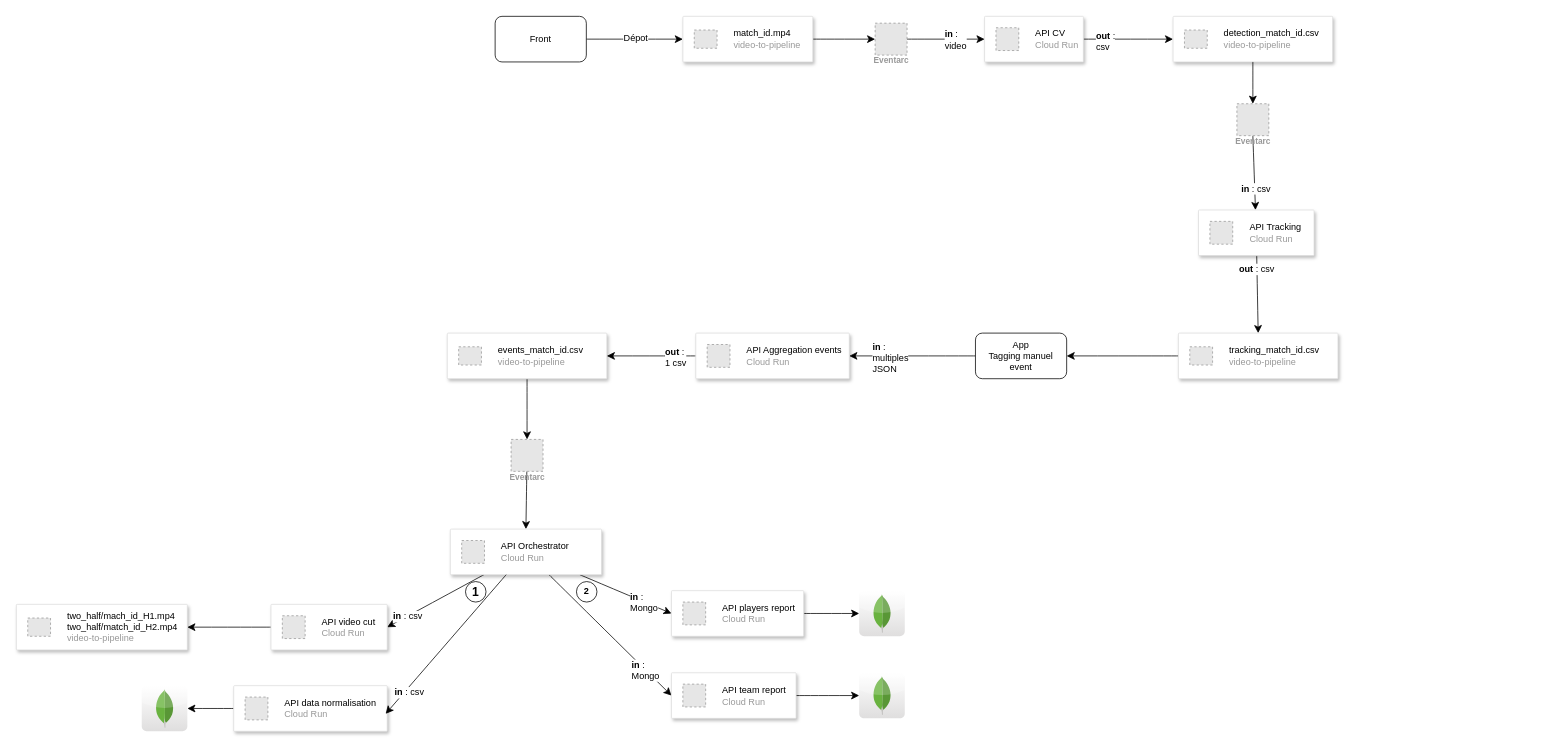
Earlier version of the draw.io diagram page "Sportlogiq tracking" (2 of 3) of Untitled Diagram.drawio (clairesecehDS/logo). Source tidied: cells renumbered, new cells numbered last; positions are measured from the earlier drawing's top-left corner, leaving out a move shared by most shapes. Both pictures are drawn from the tidied source at 76%, with x=0, y=0 at pixel (16, 16). Pictures stored in the file or linked from it are replaced by grey dashed boxes.
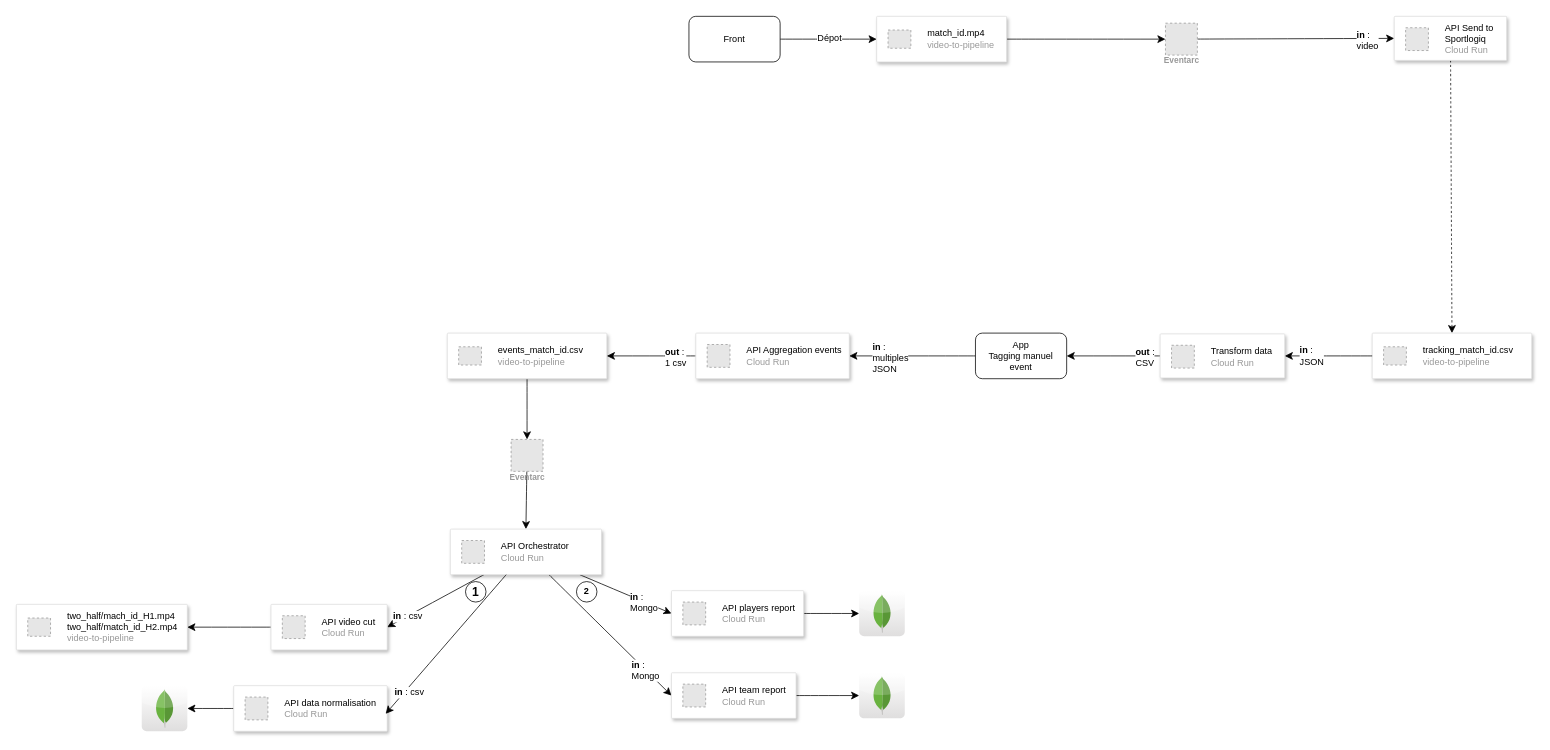
The same diagram, later.

The change refers to these unchanged cells:
```xml
<mxCell id="8" style="edgeStyle=none;curved=1;rounded=0;jettySize=auto;html=1;fontSize=12;startSize=8;endSize=8;entryX=0;entryY=0.5;entryDx=0;entryDy=0;" parent="1" edge="1" source="10" target="13">
  <mxGeometry relative="1" as="geometry" />
</mxCell>
<mxCell id="31" value="&lt;div&gt;App&lt;br&gt;&lt;/div&gt;&lt;div&gt;Tagging manuel&lt;/div&gt;&lt;div&gt;event&lt;br&gt;&lt;/div&gt;" style="rounded=1;whiteSpace=wrap;html=1;" parent="1" vertex="1">
  <mxGeometry x="1262" y="416.8" width="120" height="60" as="geometry" />
</mxCell>
```

The edit, as a diff of the source:
```diff
@@
     <mxCell id="4" value="Front" style="rounded=1;whiteSpace=wrap;html=1;" parent="1" vertex="1">
-      <mxGeometry x="630" width="120" height="60" as="geometry" />
+      <mxGeometry x="885" width="120" height="60" as="geometry" />
     </mxCell>
@@
     <mxCell id="6" style="strokeColor=#dddddd;shadow=1;strokeWidth=1;rounded=1;absoluteArcSize=1;arcSize=2;" parent="1" vertex="1">
-      <mxGeometry x="877" width="171" height="60" as="geometry" />
+      <mxGeometry x="1132" width="171" height="60" as="geometry" />
     </mxCell>
@@
     <mxCell id="9" value="&lt;div align=&quot;left&quot;&gt;&lt;b&gt;in&lt;/b&gt; :&lt;/div&gt;&lt;div align=&quot;left&quot;&gt;video&lt;br&gt;&lt;/div&gt;" style="edgeLabel;html=1;align=left;verticalAlign=middle;fontSize=12;" parent="8" vertex="1">
       <mxGeometry x="0.26" y="1" relative="1" as="geometry">
-        <mxPoint x="-16" y="1" as="offset" />
+        <mxPoint x="45" y="3" as="offset" />
       </mxGeometry>
     </mxCell>
     <mxCell id="10" value="Eventarc" style="fillColor=#E6E6E6;strokeColor=#999999;dashed=1;html=1;verticalAlign=top;labelPosition=center;verticalLabelPosition=bottom;align=center;spacingTop=-6;fontSize=11;fontStyle=1;fontColor=#999999;" parent="1" vertex="1">
-      <mxGeometry x="1130" y="9" width="42" height="42" as="geometry" />
+      <mxGeometry x="1512" y="9" width="42" height="42" as="geometry" />
     </mxCell>
-    <mxCell id="11" style="edgeStyle=none;curved=1;rounded=0;jettySize=auto;html=1;entryX=0;entryY=0.5;entryDx=0;entryDy=0;fontSize=12;startSize=8;endSize=8;" parent="1" edge="1" source="13" target="17">
-      <mxGeometry relative="1" as="geometry" />
-    </mxCell>
-    <mxCell id="12" value="&lt;div align=&quot;left&quot;&gt;&lt;b&gt;out&lt;/b&gt; :&lt;/div&gt;&lt;div align=&quot;left&quot;&gt;csv&lt;br&gt;&lt;/div&gt;" style="edgeLabel;html=1;align=left;verticalAlign=middle;fontSize=12;" parent="11" vertex="1">
-      <mxGeometry x="-0.64" y="-2" relative="1" as="geometry">
-        <mxPoint x="-6" as="offset" />
-      </mxGeometry>
-    </mxCell>
+    <mxCell id="69" style="edgeStyle=none;curved=1;rounded=0;jettySize=auto;html=1;entryX=0.5;entryY=0;entryDx=0;entryDy=0;fontSize=12;startSize=8;endSize=8;dashed=1;" parent="1" edge="1" source="13" target="24">
+      <mxGeometry relative="1" as="geometry" />
+    </mxCell>
     <mxCell id="13" style="strokeColor=#dddddd;shadow=1;strokeWidth=1;rounded=1;absoluteArcSize=1;arcSize=2;" parent="1" vertex="1">
-      <mxGeometry x="1274" width="130" height="60" as="geometry" />
+      <mxGeometry x="1813" width="148" height="58" as="geometry" />
     </mxCell>
-    <mxCell id="14" value="&lt;font color=&quot;#000000&quot;&gt;API CV&lt;/font&gt;&lt;br&gt;Cloud Run" style="fillColor=#E6E6E6;strokeColor=#999999;dashed=1;html=1;fontColor=#999999;verticalLabelPosition=middle;verticalAlign=middle;labelPosition=right;align=left;spacingLeft=20;" parent="13" vertex="1">
+    <mxCell id="14" value="&lt;div&gt;&lt;font color=&quot;#000000&quot;&gt;API Send to&lt;/font&gt;&lt;/div&gt;&lt;div&gt;&lt;font color=&quot;#000000&quot;&gt;Sportlogiq&lt;br&gt;&lt;/font&gt;&lt;/div&gt;Cloud Run" style="fillColor=#E6E6E6;strokeColor=#999999;dashed=1;html=1;fontColor=#999999;verticalLabelPosition=middle;verticalAlign=middle;labelPosition=right;align=left;spacingLeft=20;" parent="13" vertex="1">
       <mxGeometry width="30" height="30" relative="1" as="geometry">
         <mxPoint x="15" y="15" as="offset" />
       </mxGeometry>
     </mxCell>
-    <mxCell id="15" style="edgeStyle=none;curved=1;rounded=0;jettySize=auto;html=1;exitX=0.5;exitY=1;exitDx=0;exitDy=0;fontSize=12;startSize=8;endSize=8;" parent="1" edge="1" source="37" target="21">
-      <mxGeometry relative="1" as="geometry" />
-    </mxCell>
-    <mxCell id="16" value="&lt;b&gt;in&lt;/b&gt; : csv" style="edgeLabel;html=1;align=center;verticalAlign=middle;fontSize=12;" parent="15" vertex="1">
-      <mxGeometry x="0.44" y="1" relative="1" as="geometry" />
-    </mxCell>
-    <mxCell id="17" style="strokeColor=#dddddd;shadow=1;strokeWidth=1;rounded=1;absoluteArcSize=1;arcSize=2;" parent="1" vertex="1">
-      <mxGeometry x="1522" width="210" height="60" as="geometry" />
-    </mxCell>
-    <mxCell id="18" value="&lt;font color=&quot;#000000&quot;&gt;detection_match_id.csv&lt;/font&gt;&lt;br&gt;video-to-pipeline" style="fillColor=#E6E6E6;strokeColor=#999999;dashed=1;html=1;fontColor=#999999;verticalLabelPosition=middle;verticalAlign=middle;labelPosition=right;align=left;spacingLeft=20;" parent="17" vertex="1">
-      <mxGeometry width="30" height="24" relative="1" as="geometry">
-        <mxPoint x="15" y="18" as="offset" />
-      </mxGeometry>
-    </mxCell>
-    <mxCell id="19" style="edgeStyle=none;curved=1;rounded=0;jettySize=auto;html=1;entryX=0.5;entryY=0;entryDx=0;entryDy=0;fontSize=12;startSize=8;endSize=8;" parent="1" edge="1" source="21" target="24">
-      <mxGeometry relative="1" as="geometry" />
-    </mxCell>
-    <mxCell id="20" value="&lt;b&gt;out&lt;/b&gt; : csv" style="edgeLabel;html=1;align=center;verticalAlign=middle;fontSize=12;" parent="19" vertex="1">
-      <mxGeometry x="-0.65" y="-1" relative="1" as="geometry" />
-    </mxCell>
-    <mxCell id="21" style="strokeColor=#dddddd;shadow=1;strokeWidth=1;rounded=1;absoluteArcSize=1;arcSize=2;" parent="1" vertex="1">
-      <mxGeometry x="1555.5" y="254.8" width="152" height="60" as="geometry" />
-    </mxCell>
-    <mxCell id="22" value="&lt;font color=&quot;#000000&quot;&gt;API Tracking&lt;/font&gt;&lt;br&gt;Cloud Run" style="fillColor=#E6E6E6;strokeColor=#999999;dashed=1;html=1;fontColor=#999999;verticalLabelPosition=middle;verticalAlign=middle;labelPosition=right;align=left;spacingLeft=20;" parent="21" vertex="1">
-      <mxGeometry width="30" height="30" relative="1" as="geometry">
-        <mxPoint x="15" y="15" as="offset" />
-      </mxGeometry>
-    </mxCell>
-    <mxCell id="23" style="edgeStyle=none;curved=1;rounded=0;jettySize=auto;html=1;fontSize=12;startSize=8;endSize=8;" parent="1" edge="1" source="24" target="31">
+    <mxCell id="23" style="edgeStyle=none;curved=1;rounded=0;jettySize=auto;html=1;fontSize=12;startSize=8;endSize=8;" parent="1" edge="1" source="73" target="31">
       <mxGeometry relative="1" as="geometry" />
     </mxCell>
+    <mxCell id="70" value="&lt;div align=&quot;left&quot;&gt;&lt;b&gt;out&lt;/b&gt; :&lt;/div&gt;&lt;div align=&quot;left&quot;&gt;CSV&lt;br&gt;&lt;/div&gt;" style="edgeLabel;html=1;align=left;verticalAlign=middle;fontSize=12;" parent="23" vertex="1">
+      <mxGeometry x="-0.62" y="2" relative="1" as="geometry">
+        <mxPoint x="-11" as="offset" />
+      </mxGeometry>
+    </mxCell>
     <mxCell id="24" style="strokeColor=#dddddd;shadow=1;strokeWidth=1;rounded=1;absoluteArcSize=1;arcSize=2;" parent="1" vertex="1">
-      <mxGeometry x="1529" y="416.8" width="210" height="60" as="geometry" />
+      <mxGeometry x="1784" y="416.8" width="210" height="60" as="geometry" />
     </mxCell>
@@
-    <mxCell id="36" style="edgeStyle=none;curved=1;rounded=0;jettySize=auto;html=1;exitX=0.5;exitY=1;exitDx=0;exitDy=0;fontSize=12;startSize=8;endSize=8;" parent="1" edge="1" source="17" target="37">
-      <mxGeometry relative="1" as="geometry" />
-    </mxCell>
-    <mxCell id="37" value="Eventarc" style="fillColor=#E6E6E6;strokeColor=#999999;dashed=1;html=1;verticalAlign=top;labelPosition=center;verticalLabelPosition=bottom;align=center;spacingTop=-6;fontSize=11;fontStyle=1;fontColor=#999999;" parent="1" vertex="1">
-      <mxGeometry x="1606" y="115" width="42" height="42" as="geometry" />
-    </mxCell>
@@
+    <mxCell id="71" style="edgeStyle=none;curved=1;rounded=0;jettySize=auto;html=1;fontSize=12;startSize=8;endSize=8;" parent="1" edge="1" source="24" target="73">
+      <mxGeometry relative="1" as="geometry" />
+    </mxCell>
+    <mxCell id="72" value="&lt;div align=&quot;left&quot;&gt;&lt;b&gt;in&lt;/b&gt; :&lt;/div&gt;&lt;div align=&quot;left&quot;&gt;JSON&lt;br&gt;&lt;/div&gt;" style="edgeLabel;html=1;align=left;verticalAlign=middle;fontSize=12;" parent="71" vertex="1">
+      <mxGeometry x="-0.03" relative="1" as="geometry">
+        <mxPoint x="-41" as="offset" />
+      </mxGeometry>
+    </mxCell>
+    <mxCell id="73" style="strokeColor=#dddddd;shadow=1;strokeWidth=1;rounded=1;absoluteArcSize=1;arcSize=2;" parent="1" vertex="1">
+      <mxGeometry x="1505" y="417.8" width="164" height="58" as="geometry" />
+    </mxCell>
+    <mxCell id="74" value="&lt;div&gt;&lt;font color=&quot;#000000&quot;&gt;Transform data&lt;br&gt;&lt;/font&gt;&lt;/div&gt;Cloud Run" style="fillColor=#E6E6E6;strokeColor=#999999;dashed=1;html=1;fontColor=#999999;verticalLabelPosition=middle;verticalAlign=middle;labelPosition=right;align=left;spacingLeft=20;" parent="73" vertex="1">
+      <mxGeometry width="30" height="30" relative="1" as="geometry">
+        <mxPoint x="15" y="15" as="offset" />
+      </mxGeometry>
+    </mxCell>
```
